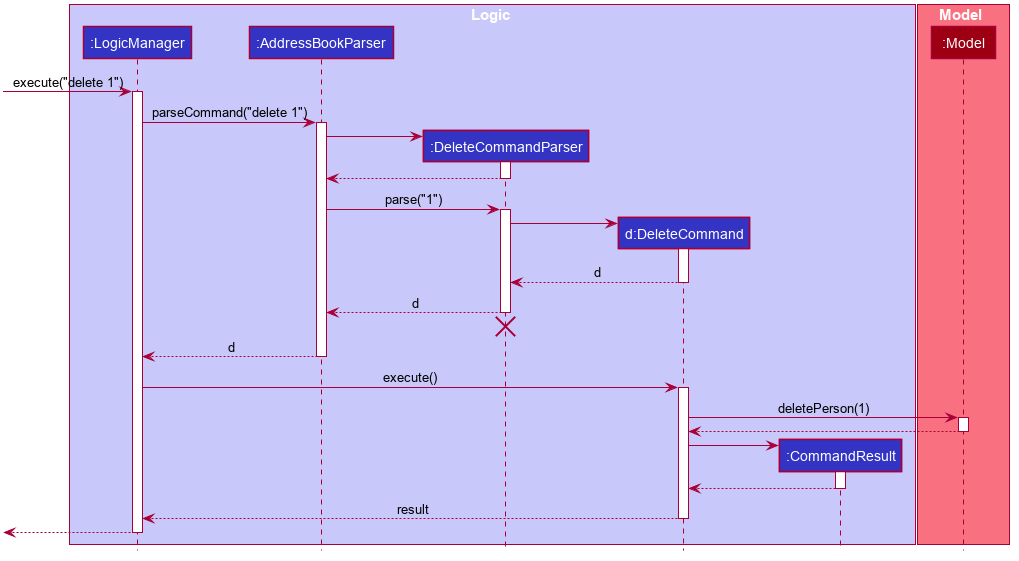
Above: docs/images/DeleteSequenceDiagram.png in nus-cs2103-AY1920S1/addressbook-level3 (PlantUML), before the change.
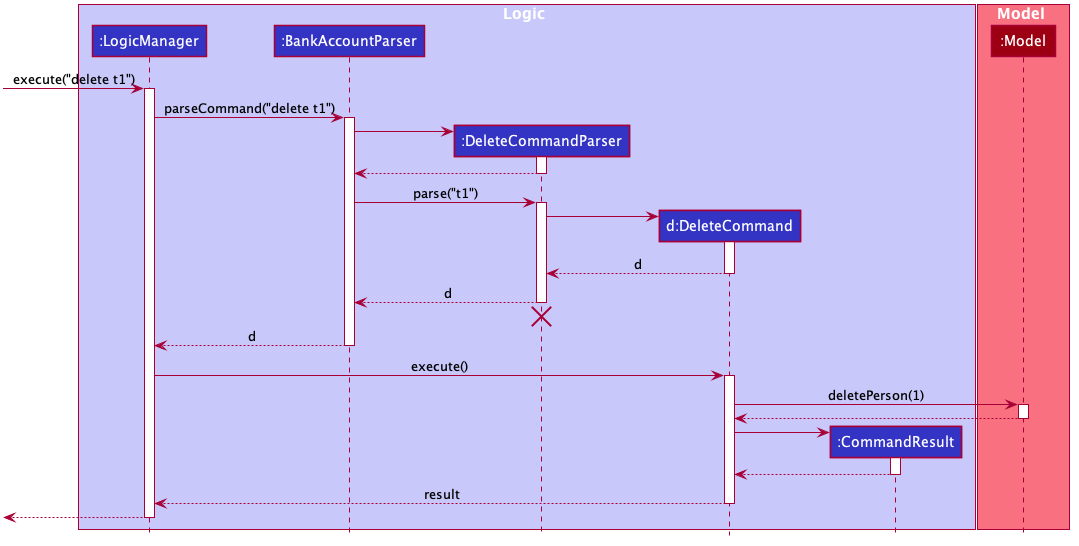
The same file after the commit.

Diff of the diagram source:
```diff
@@ -50,7 +50,7 @@
 
 box Logic #C8C8FA
 participant ":LogicManager" as LogicManager #3333C4
-participant ":AddressBookParser" as AddressBookParser #3333C4
+participant ":BankAccountParser" as BankAccountParser #3333C4
 participant ":DeleteCommandParser" as DeleteCommandParser #3333C4
 participant "d:DeleteCommand" as DeleteCommand #3333C4
 participant ":CommandResult" as CommandResult #3333C4
@@ -60,20 +60,20 @@
 participant ":Model" as Model #9D0012
 end box
 
-[-> LogicManager : execute("delete 1")
+[-> LogicManager : execute("delete t1")
 activate LogicManager
 
-LogicManager -> AddressBookParser : parseCommand("delete 1")
-activate AddressBookParser
+LogicManager -> BankAccountParser : parseCommand("delete t1")
+activate BankAccountParser
 
 create DeleteCommandParser
-AddressBookParser -> DeleteCommandParser
+BankAccountParser -> DeleteCommandParser
 activate DeleteCommandParser
 
-DeleteCommandParser --> AddressBookParser
+DeleteCommandParser --> BankAccountParser
 deactivate DeleteCommandParser
 
-AddressBookParser -> DeleteCommandParser : parse("1")
+BankAccountParser -> DeleteCommandParser : parse("t1")
 activate DeleteCommandParser
 
 create DeleteCommand
@@ -83,13 +83,13 @@
 DeleteCommand --> DeleteCommandParser : d
 deactivate DeleteCommand
 
-DeleteCommandParser --> AddressBookParser : d
+DeleteCommandParser --> BankAccountParser : d
 deactivate DeleteCommandParser
-DeleteCommandParser -[hidden]-> AddressBookParser
+DeleteCommandParser -[hidden]-> BankAccountParser
 destroy DeleteCommandParser
 
-AddressBookParser --> LogicManager : d
-deactivate AddressBookParser
+BankAccountParser --> LogicManager : d
+deactivate BankAccountParser
 
 LogicManager -> DeleteCommand : execute()
 activate DeleteCommand
```
